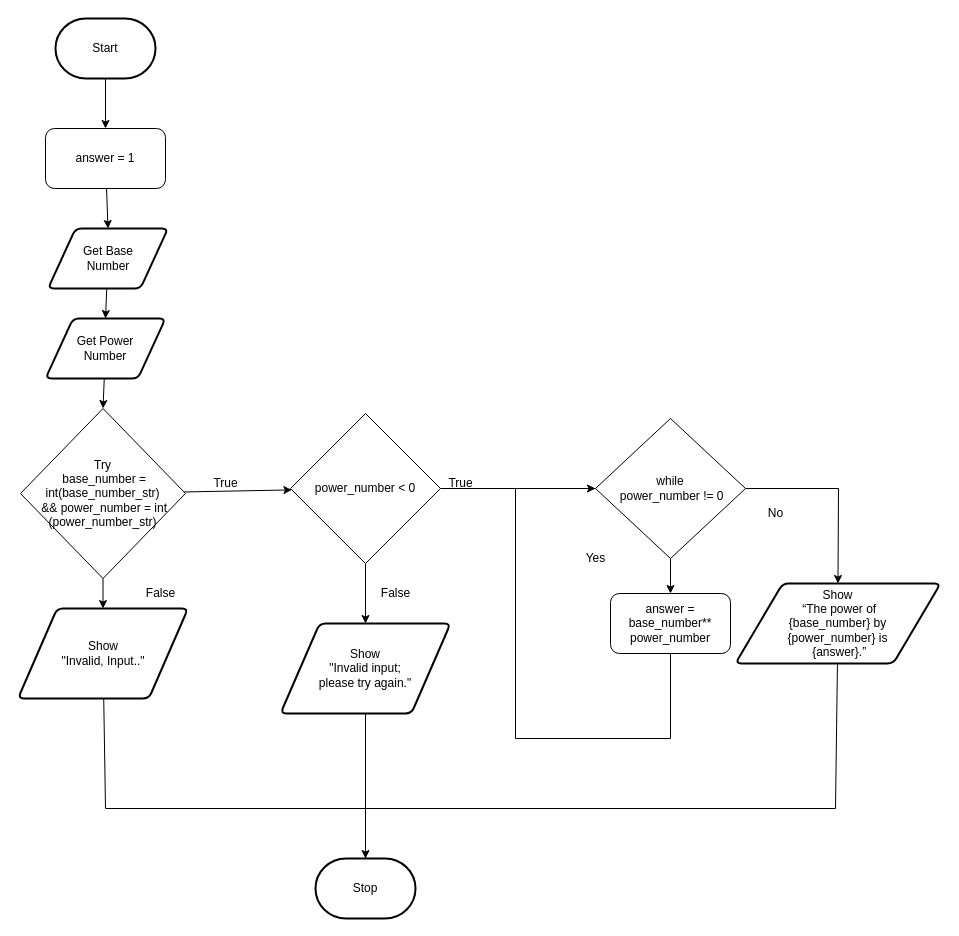
Earlier version of the draw.io diagram design/flowchart.drawio (MTHS-ICS3U-2-2022/ICS3U-Assignment-5-Nina-S-Mathew). Source tidied: cells renumbered, new cells numbered last; positions are measured from the earlier drawing's top-left corner, leaving out a move shared by most shapes. Both pictures are drawn from the tidied source at 100%, with x=0, y=0 at pixel (17, 18).
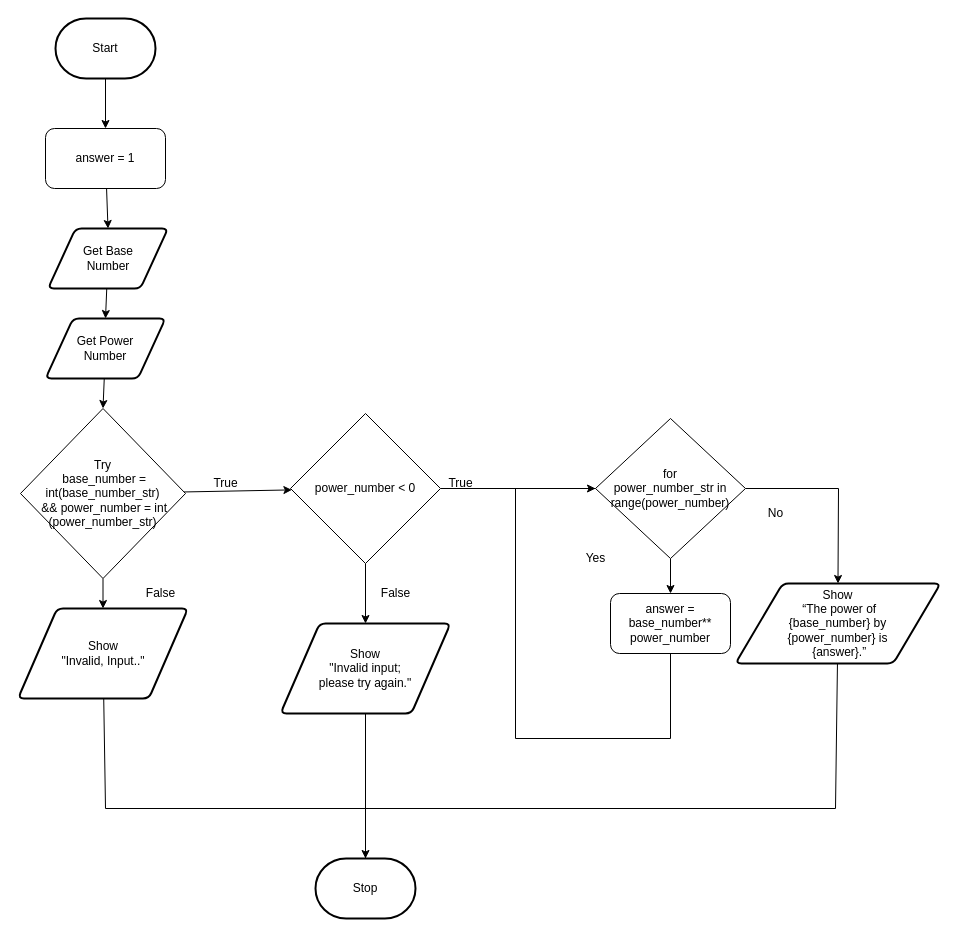
Above is the later version.

Diff of the diagram source:
```diff
@@
-    <mxCell id="11" value="while&lt;br&gt;&amp;nbsp;power_number != 0" style="rhombus;whiteSpace=wrap;html=1;" parent="1" vertex="1">
+    <mxCell id="11" value="for &lt;br&gt;power_number_str in range(power_number)" style="rhombus;whiteSpace=wrap;html=1;" parent="1" vertex="1">
       <mxGeometry x="578" y="400" width="150" height="140" as="geometry" />
     </mxCell>
```
